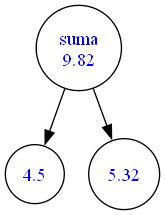
The Graphviz diagram GraficaArbol.png in Javier-201906795/LFP_S2_2023_Proyecto1_201906795, before a commit. Its source is kept beside it as GraficaArbol.dot.
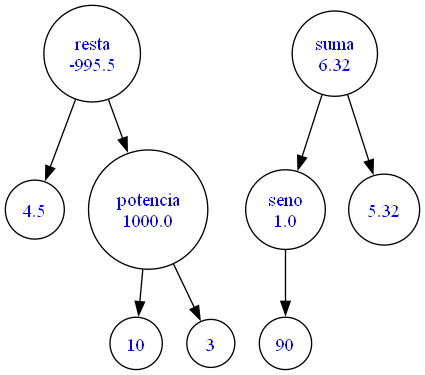
After the change.

Diff of the diagram source:
```diff
@@ -1,9 +1,23 @@
 digraph Grafica {
 	node [fillcolor=white fontcolor=blue shape=circle style=filled]
-	x1 [label=4.5]
-	x2 [label=5.32]
-	x3 [label="suma
-9.82"]
-	x3 -> x2
-	x3 -> x1
+	x10 [label=4.5]
+	x11 [label=10]
+	x12 [label=3]
+	x13 [label="potencia
+1000.0"]
+	x13 -> x12
+	x13 -> x11
+	x14 [label="resta
+-995.5"]
+	x14 -> x13
+	x14 -> x10
+	x15 [label="seno
+1.0"]
+	x16 [label=90]
+	x15 -> x16
+	x17 [label=5.32]
+	x18 [label="suma
+6.32"]
+	x18 -> x17
+	x18 -> x15
 }
```
